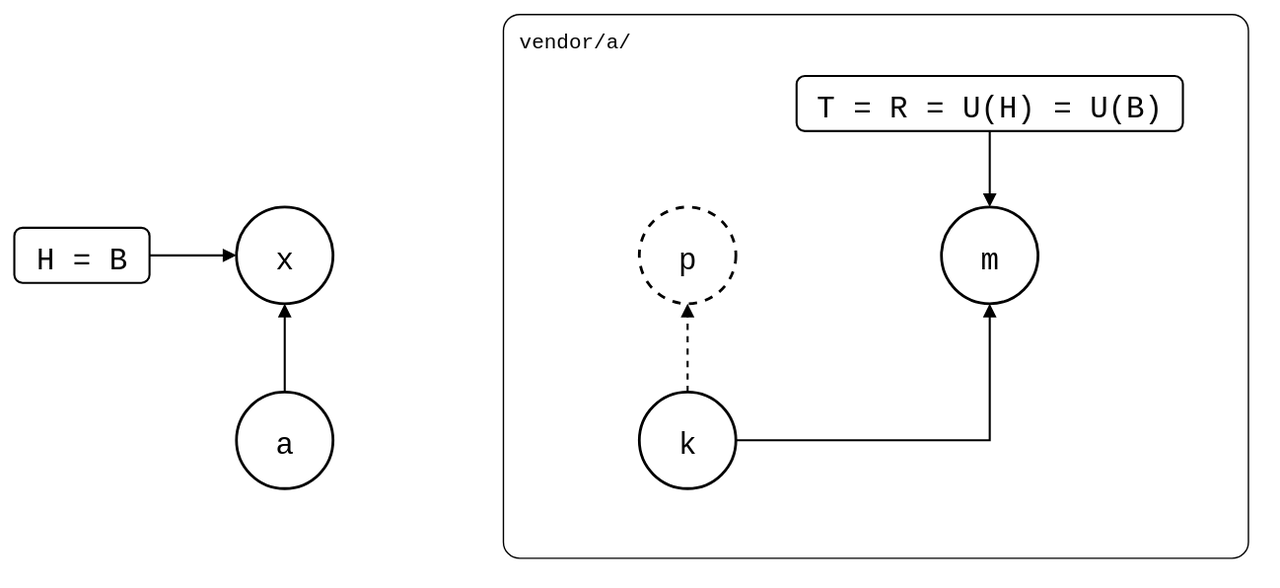
The draw.io diagram git-splice/test/scenarios/06-rewritten-history/04-patch-branch-rebased/pulled.drawio.svg in roschaefer/episodes, before a commit. Source tidied: cells renumbered, new cells last; positions are measured from the earlier drawing's top-left corner, leaving out a move shared by most shapes. Source of this version:
```xml
<mxGraphModel background="#ffffff">
  <root>
    <mxCell id="0" />
    <mxCell id="1" parent="0" />
    <mxCell id="2" value="vendor/a/" style="rounded=1;arcSize=3;fillColor=none;strokeWidth=1;fontSize=15;verticalAlign=top;align=left;spacingLeft=10;spacingTop=4;fontFamily=Roboto Mono,monospace;" parent="1" vertex="1">
      <mxGeometry x="354" width="540" height="394" as="geometry" />
    </mxCell>
    <mxCell id="3" value="x" style="ellipse;strokeWidth=2;fontSize=22;fontFamily=Roboto Mono,monospace;" parent="1" vertex="1">
      <mxGeometry x="161" y="140" width="70" height="70" as="geometry" />
    </mxCell>
    <mxCell id="4" value="a" style="ellipse;strokeWidth=2;fontSize=22;fontFamily=Roboto Mono,monospace;" parent="1" vertex="1">
      <mxGeometry x="161" y="274" width="70" height="70" as="geometry" />
    </mxCell>
    <mxCell id="5" value="p" style="ellipse;strokeWidth=2;fontSize=22;fontFamily=Roboto Mono,monospace;dashed=1;" parent="1" vertex="1">
      <mxGeometry x="453" y="140" width="70" height="70" as="geometry" />
    </mxCell>
    <mxCell id="6" value="k" style="ellipse;strokeWidth=2;fontSize=22;fontFamily=Roboto Mono,monospace;" parent="1" vertex="1">
      <mxGeometry x="453" y="274" width="70" height="70" as="geometry" />
    </mxCell>
    <mxCell id="7" value="m" style="ellipse;strokeWidth=2;fontSize=22;fontFamily=Roboto Mono,monospace;" parent="1" vertex="1">
      <mxGeometry x="672" y="140" width="70" height="70" as="geometry" />
    </mxCell>
    <mxCell id="8" value="H = B" style="rounded=1;strokeWidth=1.5;fontSize=22;fontFamily=Roboto Mono,monospace;" parent="1" vertex="1">
      <mxGeometry y="155" width="98" height="40" as="geometry" />
    </mxCell>
    <mxCell id="9" value="T = R = U(H) = U(B)" style="rounded=1;strokeWidth=1.5;fontSize=22;fontFamily=Roboto Mono,monospace;" parent="1" vertex="1">
      <mxGeometry x="567" y="45" width="280" height="40" as="geometry" />
    </mxCell>
    <mxCell id="10" style="endArrow=block;endFill=1;html=1;strokeWidth=1.5;rounded=0;" parent="1" edge="1" source="4" target="3">
      <mxGeometry relative="1" as="geometry" />
    </mxCell>
    <mxCell id="11" style="endArrow=block;endFill=1;html=1;strokeWidth=1.5;rounded=0;dashed=1;" parent="1" edge="1" source="6" target="5">
      <mxGeometry relative="1" as="geometry" />
    </mxCell>
    <mxCell id="12" style="endArrow=block;endFill=1;html=1;strokeWidth=1.5;rounded=0;edgeStyle=orthogonalEdgeStyle;exitX=1;exitY=0.5;entryX=0.5;entryY=1;" parent="1" edge="1" source="6" target="7">
      <mxGeometry relative="1" as="geometry" />
    </mxCell>
    <mxCell id="13" style="endArrow=block;endFill=1;html=1;strokeWidth=1.5;rounded=0;" parent="1" edge="1" source="8" target="3">
      <mxGeometry relative="1" as="geometry" />
    </mxCell>
    <mxCell id="14" style="endArrow=block;endFill=1;html=1;strokeWidth=1.5;rounded=0;" parent="1" edge="1" source="9" target="7">
      <mxGeometry relative="1" as="geometry" />
    </mxCell>
  </root>
</mxGraphModel>
```
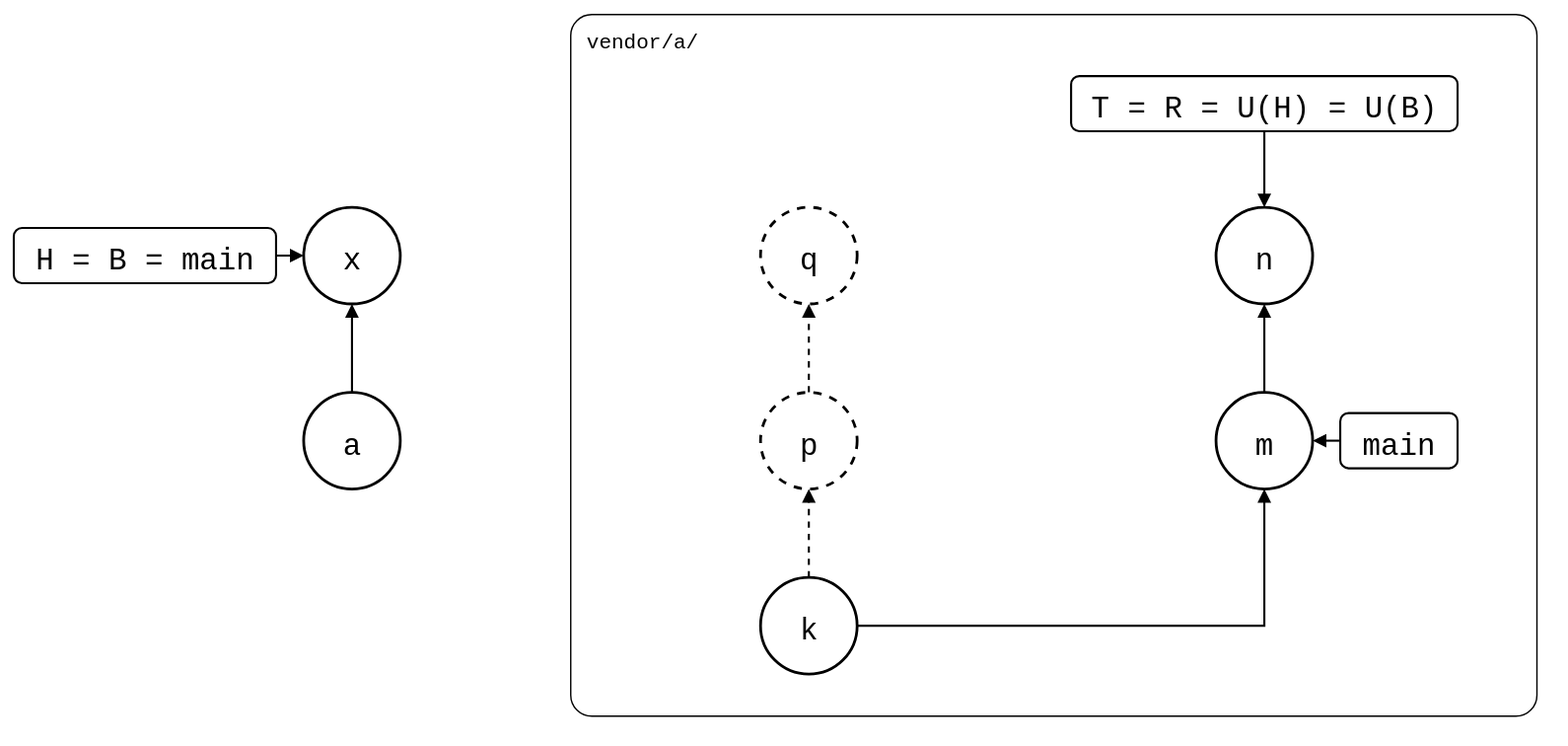
The same diagram one commit later.

Change to the diagram source:
```diff
@@ -3,7 +3,7 @@
     <mxCell id="0" />
     <mxCell id="1" parent="0" />
     <mxCell id="2" value="vendor/a/" style="rounded=1;arcSize=3;fillColor=none;strokeWidth=1;fontSize=15;verticalAlign=top;align=left;spacingLeft=10;spacingTop=4;fontFamily=Roboto Mono,monospace;" parent="1" vertex="1">
-      <mxGeometry x="354" width="540" height="394" as="geometry" />
+      <mxGeometry x="354" width="700" height="508" as="geometry" />
     </mxCell>
     <mxCell id="3" value="x" style="ellipse;strokeWidth=2;fontSize=22;fontFamily=Roboto Mono,monospace;" parent="1" vertex="1">
       <mxGeometry x="161" y="140" width="70" height="70" as="geometry" />
@@ -11,35 +11,53 @@
     <mxCell id="4" value="a" style="ellipse;strokeWidth=2;fontSize=22;fontFamily=Roboto Mono,monospace;" parent="1" vertex="1">
       <mxGeometry x="161" y="274" width="70" height="70" as="geometry" />
     </mxCell>
+    <mxCell id="15" value="q" style="ellipse;strokeWidth=2;fontSize=22;fontFamily=Roboto Mono,monospace;dashed=1;" parent="1" vertex="1">
+      <mxGeometry x="492" y="140" width="70" height="70" as="geometry" />
+    </mxCell>
     <mxCell id="5" value="p" style="ellipse;strokeWidth=2;fontSize=22;fontFamily=Roboto Mono,monospace;dashed=1;" parent="1" vertex="1">
-      <mxGeometry x="453" y="140" width="70" height="70" as="geometry" />
+      <mxGeometry x="492" y="274" width="70" height="70" as="geometry" />
     </mxCell>
     <mxCell id="6" value="k" style="ellipse;strokeWidth=2;fontSize=22;fontFamily=Roboto Mono,monospace;" parent="1" vertex="1">
-      <mxGeometry x="453" y="274" width="70" height="70" as="geometry" />
+      <mxGeometry x="492" y="408" width="70" height="70" as="geometry" />
     </mxCell>
+    <mxCell id="16" value="n" style="ellipse;strokeWidth=2;fontSize=22;fontFamily=Roboto Mono,monospace;" parent="1" vertex="1">
+      <mxGeometry x="822" y="140" width="70" height="70" as="geometry" />
+    </mxCell>
     <mxCell id="7" value="m" style="ellipse;strokeWidth=2;fontSize=22;fontFamily=Roboto Mono,monospace;" parent="1" vertex="1">
-      <mxGeometry x="672" y="140" width="70" height="70" as="geometry" />
+      <mxGeometry x="822" y="274" width="70" height="70" as="geometry" />
     </mxCell>
-    <mxCell id="8" value="H = B" style="rounded=1;strokeWidth=1.5;fontSize=22;fontFamily=Roboto Mono,monospace;" parent="1" vertex="1">
-      <mxGeometry y="155" width="98" height="40" as="geometry" />
+    <mxCell id="8" value="H = B = main" style="rounded=1;strokeWidth=1.5;fontSize=22;fontFamily=Roboto Mono,monospace;" parent="1" vertex="1">
+      <mxGeometry x="-49" y="155" width="190" height="40" as="geometry" />
     </mxCell>
     <mxCell id="9" value="T = R = U(H) = U(B)" style="rounded=1;strokeWidth=1.5;fontSize=22;fontFamily=Roboto Mono,monospace;" parent="1" vertex="1">
-      <mxGeometry x="567" y="45" width="280" height="40" as="geometry" />
+      <mxGeometry x="717" y="45" width="280" height="40" as="geometry" />
     </mxCell>
+    <mxCell id="17" value="main" style="rounded=1;strokeWidth=1.5;fontSize=22;fontFamily=Roboto Mono,monospace;" parent="1" vertex="1">
+      <mxGeometry x="912" y="289" width="85" height="40" as="geometry" />
+    </mxCell>
     <mxCell id="10" style="endArrow=block;endFill=1;html=1;strokeWidth=1.5;rounded=0;" parent="1" edge="1" source="4" target="3">
       <mxGeometry relative="1" as="geometry" />
     </mxCell>
     <mxCell id="11" style="endArrow=block;endFill=1;html=1;strokeWidth=1.5;rounded=0;dashed=1;" parent="1" edge="1" source="6" target="5">
       <mxGeometry relative="1" as="geometry" />
     </mxCell>
-    <mxCell id="12" style="endArrow=block;endFill=1;html=1;strokeWidth=1.5;rounded=0;edgeStyle=orthogonalEdgeStyle;exitX=1;exitY=0.5;entryX=0.5;entryY=1;" parent="1" edge="1" source="6" target="7">
+    <mxCell id="12" style="endArrow=block;endFill=1;html=1;strokeWidth=1.5;rounded=0;dashed=1;" parent="1" edge="1" source="5" target="15">
       <mxGeometry relative="1" as="geometry" />
     </mxCell>
-    <mxCell id="13" style="endArrow=block;endFill=1;html=1;strokeWidth=1.5;rounded=0;" parent="1" edge="1" source="8" target="3">
+    <mxCell id="13" style="edgeStyle=orthogonalEdgeStyle;exitX=1;exitY=0.5;entryX=0.5;entryY=1;endArrow=block;endFill=1;html=1;strokeWidth=1.5;rounded=0;" parent="1" edge="1" source="6" target="7">
       <mxGeometry relative="1" as="geometry" />
     </mxCell>
-    <mxCell id="14" style="endArrow=block;endFill=1;html=1;strokeWidth=1.5;rounded=0;" parent="1" edge="1" source="9" target="7">
+    <mxCell id="14" style="endArrow=block;endFill=1;html=1;strokeWidth=1.5;rounded=0;" parent="1" edge="1" source="7" target="16">
       <mxGeometry relative="1" as="geometry" />
     </mxCell>
+    <mxCell id="18" style="endArrow=block;endFill=1;html=1;strokeWidth=1.5;rounded=0;" parent="1" edge="1" source="8" target="3">
+      <mxGeometry relative="1" as="geometry" />
+    </mxCell>
+    <mxCell id="19" style="endArrow=block;endFill=1;html=1;strokeWidth=1.5;rounded=0;" parent="1" edge="1" source="9" target="16">
+      <mxGeometry relative="1" as="geometry" />
+    </mxCell>
+    <mxCell id="20" style="endArrow=block;endFill=1;html=1;strokeWidth=1.5;rounded=0;" parent="1" edge="1" source="17" target="7">
+      <mxGeometry relative="1" as="geometry" />
+    </mxCell>
   </root>
 </mxGraphModel>
```
